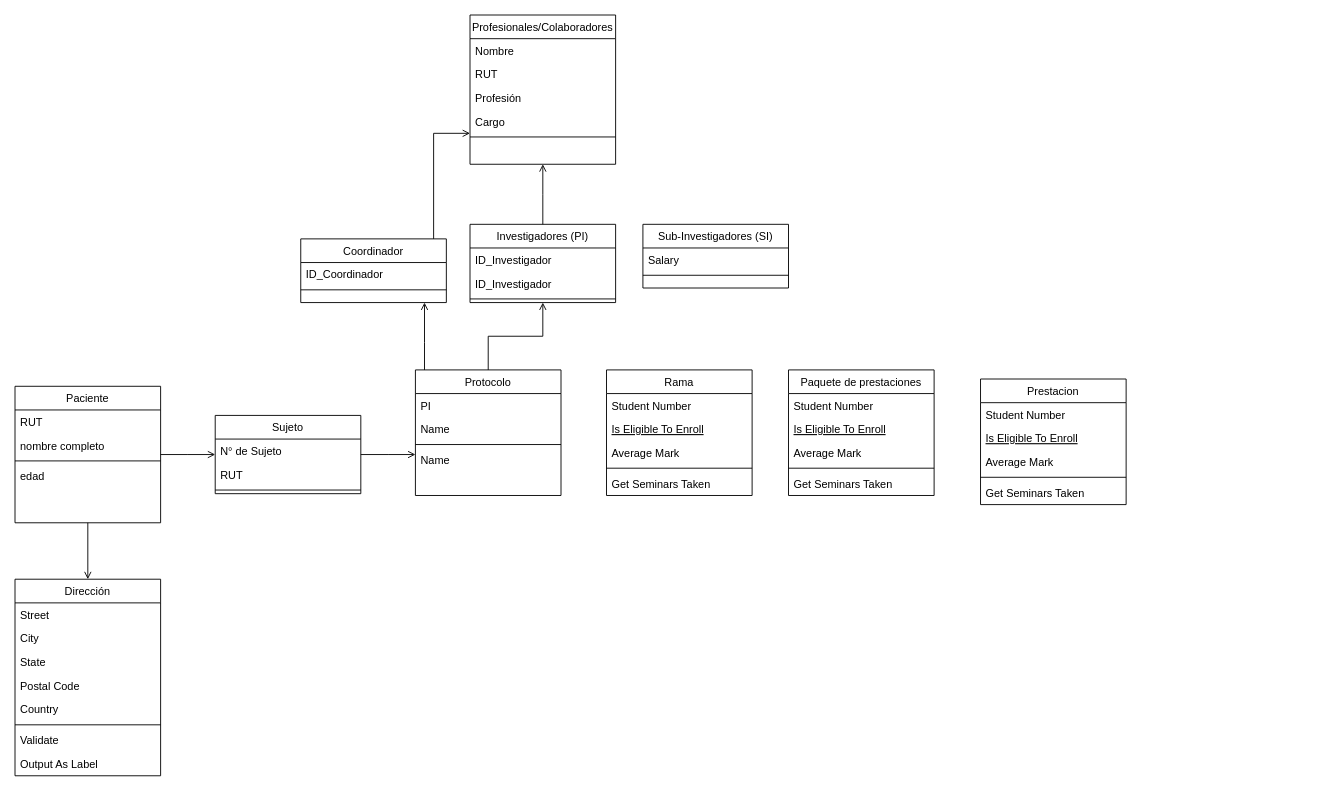
This is UIDO_Protocolos.drawio from ietchart/UIDO, a draw.io file, before an edit. Source tidied: cells renumbered, new cells numbered last; positions are measured from the earlier drawing's top-left corner, leaving out a move shared by most shapes. Both pictures are drawn from the tidied source at 91%, with x=0, y=0 at pixel (15, 15).
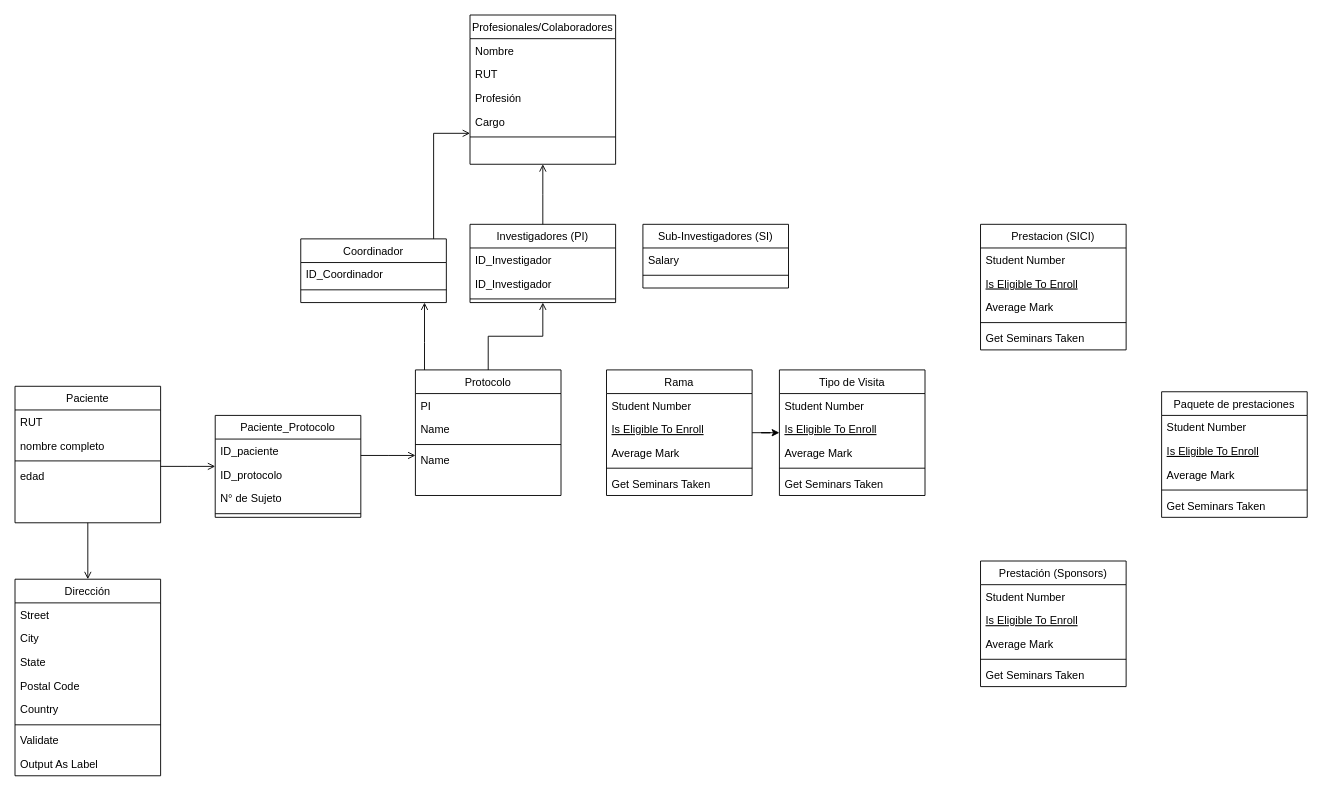
After the change.

Unchanged cells that the change refers to:
```xml
<mxCell id="32" value="Rama" style="swimlane;fontStyle=0;align=center;verticalAlign=top;horizontal=1;startSize=26;rounded=0;shadow=0;strokeWidth=1;" parent="1" vertex="1">
  <mxGeometry x="650" y="390" width="160" height="138" as="geometry" />
</mxCell>
```

Change to the diagram source:
```diff
@@
     <mxCell id="7" value="Paquete de prestaciones" style="swimlane;fontStyle=0;align=center;verticalAlign=top;horizontal=1;startSize=26;rounded=0;shadow=0;strokeWidth=1;" parent="1" vertex="1">
-      <mxGeometry x="850" y="390" width="160" height="138" as="geometry" />
+      <mxGeometry x="1260" y="414" width="160" height="138" as="geometry" />
     </mxCell>
@@
-    <mxCell id="26" value="Prestacion" style="swimlane;fontStyle=0;align=center;verticalAlign=top;horizontal=1;startSize=26;rounded=0;shadow=0;strokeWidth=1;" parent="1" vertex="1">
-      <mxGeometry x="1061" y="400" width="160" height="138" as="geometry" />
+    <mxCell id="26" value="Prestacion (SICI)" style="swimlane;fontStyle=0;align=center;verticalAlign=top;horizontal=1;startSize=26;rounded=0;shadow=0;strokeWidth=1;" parent="1" vertex="1">
+      <mxGeometry x="1061" y="230" width="160" height="138" as="geometry" />
     </mxCell>
@@
+    <mxCell id="66" style="edgeStyle=orthogonalEdgeStyle;rounded=0;jettySize=auto;html=1;" parent="1" edge="1" source="32" target="68">
+      <mxGeometry relative="1" as="geometry" />
+    </mxCell>
@@
-    <mxCell id="38" value="Sujeto" style="swimlane;fontStyle=0;align=center;verticalAlign=top;horizontal=1;startSize=26;rounded=0;shadow=0;strokeWidth=1;" parent="1" vertex="1">
-      <mxGeometry x="220" y="440" width="160" height="86" as="geometry" />
+    <mxCell id="38" value="Paciente_Protocolo" style="swimlane;fontStyle=0;align=center;verticalAlign=top;horizontal=1;startSize=26;rounded=0;shadow=0;strokeWidth=1;" parent="1" vertex="1">
+      <mxGeometry x="220" y="440" width="160" height="112" as="geometry" />
     </mxCell>
+    <mxCell id="40" value="ID_paciente" style="text;align=left;verticalAlign=top;spacingLeft=4;spacingRight=4;overflow=hidden;" parent="38" vertex="1">
+      <mxGeometry y="26" width="160" height="26" as="geometry" />
+    </mxCell>
+    <mxCell id="67" value="ID_protocolo" style="text;align=left;verticalAlign=top;spacingLeft=4;spacingRight=4;overflow=hidden;" parent="38" vertex="1">
+      <mxGeometry y="52" width="160" height="26" as="geometry" />
+    </mxCell>
     <mxCell id="39" value="N° de Sujeto" style="text;align=left;verticalAlign=top;spacingLeft=4;spacingRight=4;overflow=hidden;" parent="38" vertex="1">
-      <mxGeometry y="26" width="160" height="26" as="geometry" />
+      <mxGeometry y="78" width="160" height="26" as="geometry" />
     </mxCell>
-    <mxCell id="40" value="RUT&#10;" style="text;align=left;verticalAlign=top;spacingLeft=4;spacingRight=4;overflow=hidden;" parent="38" vertex="1">
-      <mxGeometry y="52" width="160" height="26" as="geometry" />
-    </mxCell>
     <mxCell id="41" style="line;html=1;strokeWidth=1;align=left;verticalAlign=middle;spacingTop=-1;spacingLeft=3;spacingRight=3;labelPosition=right;" parent="38" vertex="1">
-      <mxGeometry y="78" width="160" height="8" as="geometry" />
+      <mxGeometry y="104" width="160" height="8" as="geometry" />
     </mxCell>
@@
+    <mxCell id="68" value="Tipo de Visita" style="swimlane;fontStyle=0;align=center;verticalAlign=top;horizontal=1;startSize=26;rounded=0;shadow=0;strokeWidth=1;" parent="1" vertex="1">
+      <mxGeometry x="840" y="390" width="160" height="138" as="geometry" />
+    </mxCell>
+    <mxCell id="69" value="Student Number" style="text;align=left;verticalAlign=top;spacingLeft=4;spacingRight=4;overflow=hidden;" parent="68" vertex="1">
+      <mxGeometry y="26" width="160" height="26" as="geometry" />
+    </mxCell>
+    <mxCell id="70" value="Is Eligible To Enroll" style="text;align=left;verticalAlign=top;spacingLeft=4;spacingRight=4;overflow=hidden;fontStyle=4;" parent="68" vertex="1">
+      <mxGeometry y="52" width="160" height="26" as="geometry" />
+    </mxCell>
+    <mxCell id="71" value="Average Mark" style="text;align=left;verticalAlign=top;spacingLeft=4;spacingRight=4;overflow=hidden;rounded=0;shadow=0;html=0;" parent="68" vertex="1">
+      <mxGeometry y="78" width="160" height="26" as="geometry" />
+    </mxCell>
+    <mxCell id="72" style="line;html=1;strokeWidth=1;align=left;verticalAlign=middle;spacingTop=-1;spacingLeft=3;spacingRight=3;labelPosition=right;" parent="68" vertex="1">
+      <mxGeometry y="104" width="160" height="8" as="geometry" />
+    </mxCell>
+    <mxCell id="73" value="Get Seminars Taken" style="text;align=left;verticalAlign=top;spacingLeft=4;spacingRight=4;overflow=hidden;" parent="68" vertex="1">
+      <mxGeometry y="112" width="160" height="26" as="geometry" />
+    </mxCell>
+    <mxCell id="74" value="Prestación (Sponsors)" style="swimlane;fontStyle=0;align=center;verticalAlign=top;horizontal=1;startSize=26;rounded=0;shadow=0;strokeWidth=1;" parent="1" vertex="1">
+      <mxGeometry x="1061" y="600" width="160" height="138" as="geometry" />
+    </mxCell>
+    <mxCell id="75" value="Student Number" style="text;align=left;verticalAlign=top;spacingLeft=4;spacingRight=4;overflow=hidden;" parent="74" vertex="1">
+      <mxGeometry y="26" width="160" height="26" as="geometry" />
+    </mxCell>
+    <mxCell id="76" value="Is Eligible To Enroll" style="text;align=left;verticalAlign=top;spacingLeft=4;spacingRight=4;overflow=hidden;fontStyle=4;" parent="74" vertex="1">
+      <mxGeometry y="52" width="160" height="26" as="geometry" />
+    </mxCell>
+    <mxCell id="77" value="Average Mark" style="text;align=left;verticalAlign=top;spacingLeft=4;spacingRight=4;overflow=hidden;rounded=0;shadow=0;html=0;" parent="74" vertex="1">
+      <mxGeometry y="78" width="160" height="26" as="geometry" />
+    </mxCell>
+    <mxCell id="78" style="line;html=1;strokeWidth=1;align=left;verticalAlign=middle;spacingTop=-1;spacingLeft=3;spacingRight=3;labelPosition=right;" parent="74" vertex="1">
+      <mxGeometry y="104" width="160" height="8" as="geometry" />
+    </mxCell>
+    <mxCell id="79" value="Get Seminars Taken" style="text;align=left;verticalAlign=top;spacingLeft=4;spacingRight=4;overflow=hidden;" parent="74" vertex="1">
+      <mxGeometry y="112" width="160" height="26" as="geometry" />
+    </mxCell>
```
